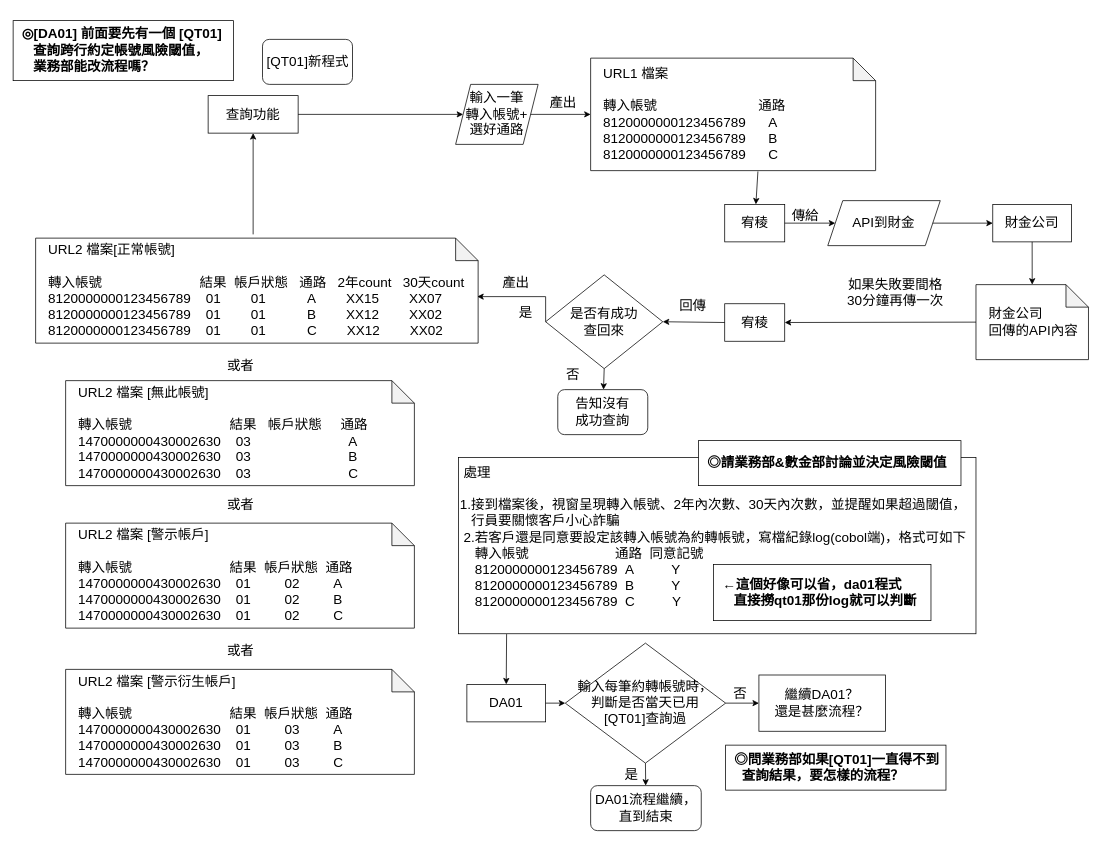
Earlier version of the draw.io diagram page "查詢(舊版)" (1 of 7) of 約轉灰名單架構.drawio (yeahyeah0606/yeahyeah0606.github.io). Source tidied: cells renumbered, new cells numbered last; positions are measured from the earlier drawing's top-left corner, leaving out a move shared by most shapes. Both pictures are drawn from the tidied source at 75%, with x=0, y=0 at pixel (13, 20).
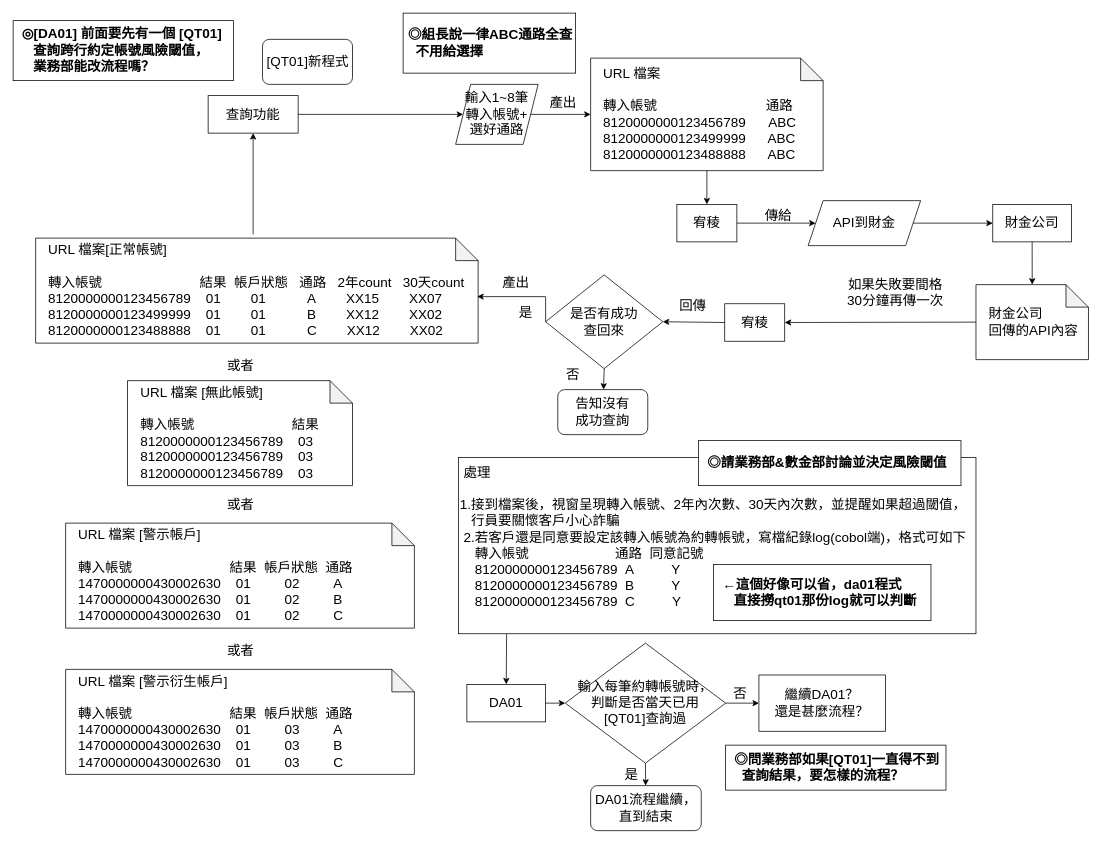
The same page after the edit.

Change to the diagram source:
```diff
@@
-    <mxCell id="4" value="&lt;font style=&quot;font-size: 18px;&quot;&gt;輸入一筆&lt;br&gt;轉入帳號+&lt;br&gt;選好通路&lt;/font&gt;" style="shape=parallelogram;perimeter=parallelogramPerimeter;whiteSpace=wrap;html=1;fixedSize=1;" parent="1" vertex="1">
+    <mxCell id="4" value="&lt;font style=&quot;font-size: 18px;&quot;&gt;輸入1~8筆&lt;br&gt;轉入帳號+&lt;br&gt;選好通路&lt;/font&gt;" style="shape=parallelogram;perimeter=parallelogramPerimeter;whiteSpace=wrap;html=1;fixedSize=1;" parent="1" vertex="1">
       <mxGeometry x="590" y="85" width="110" height="80" as="geometry" />
     </mxCell>
@@
-    <mxCell id="6" value="&lt;font style=&quot;font-size: 18px;&quot;&gt;&amp;nbsp; &amp;nbsp;URL1 檔案&lt;br&gt;&lt;br&gt;&amp;nbsp; &amp;nbsp;轉入帳號&amp;nbsp; &amp;nbsp; &amp;nbsp; &amp;nbsp; &amp;nbsp; &amp;nbsp; &amp;nbsp; &amp;nbsp; &amp;nbsp; &amp;nbsp; &amp;nbsp; &amp;nbsp; &amp;nbsp; &amp;nbsp;通路&lt;br&gt;&amp;nbsp; &amp;nbsp;8120000000123456789&amp;nbsp; &amp;nbsp; &amp;nbsp; A&lt;br&gt;&amp;nbsp; &amp;nbsp;8120000000123456789&amp;nbsp; &amp;nbsp; &amp;nbsp; B&lt;br&gt;&amp;nbsp; &amp;nbsp;8120000000123456789&amp;nbsp; &amp;nbsp; &amp;nbsp; C&lt;br&gt;&lt;/font&gt;" style="shape=note;whiteSpace=wrap;html=1;backgroundOutline=1;darkOpacity=0.05;align=left;" parent="1" vertex="1">
-      <mxGeometry x="770" y="50" width="380" height="150" as="geometry" />
+    <mxCell id="6" value="&lt;font style=&quot;font-size: 18px;&quot;&gt;&amp;nbsp; &amp;nbsp;URL 檔案&lt;br&gt;&lt;br&gt;&amp;nbsp; &amp;nbsp;轉入帳號&amp;nbsp; &amp;nbsp; &amp;nbsp; &amp;nbsp; &amp;nbsp; &amp;nbsp; &amp;nbsp; &amp;nbsp; &amp;nbsp; &amp;nbsp; &amp;nbsp; &amp;nbsp; &amp;nbsp; &amp;nbsp; &amp;nbsp;通路&lt;br&gt;&amp;nbsp; &amp;nbsp;8120000000123456789&amp;nbsp; &amp;nbsp; &amp;nbsp; ABC&lt;br&gt;&amp;nbsp; &amp;nbsp;8120000000123499999&amp;nbsp; &amp;nbsp; &amp;nbsp; ABC&lt;br&gt;&amp;nbsp; &amp;nbsp;8120000000123488888&amp;nbsp; &amp;nbsp; &amp;nbsp; ABC&lt;br&gt;&lt;/font&gt;" style="shape=note;whiteSpace=wrap;html=1;backgroundOutline=1;darkOpacity=0.05;align=left;" parent="1" vertex="1">
+      <mxGeometry x="770" y="50" width="310" height="150" as="geometry" />
     </mxCell>
@@
     <mxCell id="9" value="&lt;span style=&quot;font-size: 18px;&quot;&gt;API到財金&lt;/span&gt;" style="shape=parallelogram;perimeter=parallelogramPerimeter;whiteSpace=wrap;html=1;fixedSize=1;" parent="1" vertex="1">
-      <mxGeometry x="1086.2" y="240" width="150" height="60" as="geometry" />
+      <mxGeometry x="1060" y="240" width="150" height="60" as="geometry" />
     </mxCell>
@@
     <mxCell id="12" value="&lt;font style=&quot;font-size: 18px;&quot;&gt;宥稜&lt;/font&gt;" style="rounded=0;whiteSpace=wrap;html=1;" parent="1" vertex="1">
-      <mxGeometry x="948.8" y="245" width="80" height="50" as="geometry" />
+      <mxGeometry x="885" y="245" width="80" height="50" as="geometry" />
     </mxCell>
-    <mxCell id="13" style="endArrow=classic;html=1;rounded=0;exitX=0.587;exitY=1.007;exitDx=0;exitDy=0;exitPerimeter=0;" parent="1" edge="1" source="6" target="12">
+    <mxCell id="13" style="endArrow=classic;html=1;rounded=0;exitX=0.5;exitY=1;exitDx=0;exitDy=0;exitPerimeter=0;entryX=0.5;entryY=0;entryDx=0;entryDy=0;" parent="1" edge="1" source="6" target="12">
       <mxGeometry relative="1" as="geometry" />
     </mxCell>
-    <mxCell id="14" value="&lt;font style=&quot;font-size: 18px;&quot;&gt;&amp;nbsp; &amp;nbsp;URL2 檔案[正常帳號]&lt;br&gt;&lt;br&gt;&amp;nbsp; &amp;nbsp;轉入帳號&amp;nbsp; &amp;nbsp; &amp;nbsp; &amp;nbsp; &amp;nbsp; &amp;nbsp; &amp;nbsp; &amp;nbsp; &amp;nbsp; &amp;nbsp; &amp;nbsp; &amp;nbsp; &amp;nbsp; 結果&amp;nbsp; 帳戶狀態&amp;nbsp; &amp;nbsp;通路&amp;nbsp; &amp;nbsp;2年count&amp;nbsp; &amp;nbsp;30天count&lt;br&gt;&amp;nbsp; &amp;nbsp;8120000000123456789&amp;nbsp; &amp;nbsp; 01&amp;nbsp; &amp;nbsp; &amp;nbsp; &amp;nbsp; 01&amp;nbsp; &amp;nbsp;&lt;span style=&quot;&quot;&gt;&lt;span style=&quot;white-space: pre;&quot;&gt;&amp;nbsp;&amp;nbsp;&amp;nbsp;    &amp;nbsp;&lt;/span&gt;&lt;/span&gt;A&amp;nbsp; &amp;nbsp; &amp;nbsp; &amp;nbsp; XX15&amp;nbsp; &amp;nbsp; &amp;nbsp; &amp;nbsp; XX07&lt;br&gt;&amp;nbsp; &amp;nbsp;8120000000123456789&amp;nbsp; &amp;nbsp; 01&amp;nbsp; &amp;nbsp; &amp;nbsp; &amp;nbsp; 01&amp;nbsp; &amp;nbsp;&lt;span style=&quot;&quot;&gt;&lt;span style=&quot;white-space: pre;&quot;&gt;&amp;nbsp;&amp;nbsp;    &amp;nbsp;&amp;nbsp;&lt;/span&gt;&lt;/span&gt;B&amp;nbsp; &amp;nbsp; &amp;nbsp; &amp;nbsp; XX12&amp;nbsp; &amp;nbsp; &amp;nbsp; &amp;nbsp; XX02&lt;br&gt;&amp;nbsp; &amp;nbsp;8120000000123456789&amp;nbsp; &amp;nbsp; 01&amp;nbsp; &amp;nbsp; &amp;nbsp; &amp;nbsp; 01&amp;nbsp; &amp;nbsp;&lt;span style=&quot;&quot;&gt;&lt;span style=&quot;white-space: pre;&quot;&gt;&amp;nbsp;&amp;nbsp;    &amp;nbsp;&amp;nbsp;&lt;/span&gt;&lt;/span&gt;C&amp;nbsp; &amp;nbsp; &amp;nbsp; &amp;nbsp; XX12&amp;nbsp; &amp;nbsp; &amp;nbsp; &amp;nbsp; XX02&lt;br&gt;&lt;/font&gt;" style="shape=note;whiteSpace=wrap;html=1;backgroundOutline=1;darkOpacity=0.05;align=left;" parent="1" vertex="1">
+    <mxCell id="14" value="&lt;font style=&quot;font-size: 18px;&quot;&gt;&amp;nbsp; &amp;nbsp;URL 檔案[正常帳號]&lt;br&gt;&lt;br&gt;&amp;nbsp; &amp;nbsp;轉入帳號&amp;nbsp; &amp;nbsp; &amp;nbsp; &amp;nbsp; &amp;nbsp; &amp;nbsp; &amp;nbsp; &amp;nbsp; &amp;nbsp; &amp;nbsp; &amp;nbsp; &amp;nbsp; &amp;nbsp; 結果&amp;nbsp; 帳戶狀態&amp;nbsp; &amp;nbsp;通路&amp;nbsp; &amp;nbsp;2年count&amp;nbsp; &amp;nbsp;30天count&lt;br&gt;&amp;nbsp; &amp;nbsp;8120000000123456789&amp;nbsp; &amp;nbsp; 01&amp;nbsp; &amp;nbsp; &amp;nbsp; &amp;nbsp; 01&amp;nbsp; &amp;nbsp;&lt;span style=&quot;&quot;&gt;&lt;span style=&quot;white-space: pre;&quot;&gt;&amp;nbsp;&amp;nbsp;&amp;nbsp;    &amp;nbsp;&lt;/span&gt;&lt;/span&gt;A&amp;nbsp; &amp;nbsp; &amp;nbsp; &amp;nbsp; XX15&amp;nbsp; &amp;nbsp; &amp;nbsp; &amp;nbsp; XX07&lt;br&gt;&amp;nbsp; &amp;nbsp;8120000000123499999&amp;nbsp; &amp;nbsp; 01&amp;nbsp; &amp;nbsp; &amp;nbsp; &amp;nbsp; 01&amp;nbsp; &amp;nbsp;&lt;span style=&quot;&quot;&gt;&lt;span style=&quot;white-space: pre;&quot;&gt;&amp;nbsp;&amp;nbsp;    &amp;nbsp;&amp;nbsp;&lt;/span&gt;&lt;/span&gt;B&amp;nbsp; &amp;nbsp; &amp;nbsp; &amp;nbsp; XX12&amp;nbsp; &amp;nbsp; &amp;nbsp; &amp;nbsp; XX02&lt;br&gt;&amp;nbsp; &amp;nbsp;8120000000123488888&amp;nbsp; &amp;nbsp; 01&amp;nbsp; &amp;nbsp; &amp;nbsp; &amp;nbsp; 01&amp;nbsp; &amp;nbsp;&lt;span style=&quot;&quot;&gt;&lt;span style=&quot;white-space: pre;&quot;&gt;&amp;nbsp;&amp;nbsp;    &amp;nbsp;&amp;nbsp;&lt;/span&gt;&lt;/span&gt;C&amp;nbsp; &amp;nbsp; &amp;nbsp; &amp;nbsp; XX12&amp;nbsp; &amp;nbsp; &amp;nbsp; &amp;nbsp; XX02&lt;br&gt;&lt;/font&gt;" style="shape=note;whiteSpace=wrap;html=1;backgroundOutline=1;darkOpacity=0.05;align=left;" parent="1" vertex="1">
       <mxGeometry x="30" y="290" width="590" height="140" as="geometry" />
     </mxCell>
@@
     <mxCell id="18" value="&lt;font style=&quot;font-size: 18px;&quot;&gt;傳給&lt;/font&gt;" style="text;html=1;align=center;verticalAlign=middle;strokeColor=none;fillColor=none;" parent="1" vertex="1">
-      <mxGeometry x="1026.2" y="240" width="60" height="40" as="geometry" />
+      <mxGeometry x="990" y="240" width="60" height="40" as="geometry" />
     </mxCell>
@@
-    <mxCell id="26" value="&lt;font style=&quot;font-size: 18px;&quot;&gt;&amp;nbsp; &amp;nbsp;URL2 檔案 [無此帳號]&lt;br&gt;&lt;br&gt;&amp;nbsp; &amp;nbsp;轉入帳號&amp;nbsp; &amp;nbsp; &amp;nbsp; &amp;nbsp; &amp;nbsp; &amp;nbsp; &amp;nbsp; &amp;nbsp; &amp;nbsp; &amp;nbsp; &amp;nbsp; &amp;nbsp; &amp;nbsp; 結果&amp;nbsp; &amp;nbsp;帳戶狀態&amp;nbsp; &amp;nbsp; &amp;nbsp;通路&amp;nbsp;&lt;br&gt;&amp;nbsp; &amp;nbsp;1470000000430002630&amp;nbsp; &amp;nbsp; 03&amp;nbsp; &amp;nbsp; &amp;nbsp; &amp;nbsp; &amp;nbsp; &amp;nbsp; &amp;nbsp; &amp;nbsp; &amp;nbsp; &amp;nbsp; &amp;nbsp; &amp;nbsp; &amp;nbsp; A&amp;nbsp; &amp;nbsp; &amp;nbsp;&amp;nbsp;&lt;br&gt;&amp;nbsp; &amp;nbsp;1470000000430002630&amp;nbsp; &amp;nbsp; 03&amp;nbsp; &amp;nbsp; &amp;nbsp; &amp;nbsp; &amp;nbsp; &amp;nbsp; &amp;nbsp; &amp;nbsp; &amp;nbsp; &amp;nbsp; &amp;nbsp; &amp;nbsp; &amp;nbsp; B&amp;nbsp; &amp;nbsp; &amp;nbsp;&amp;nbsp;&lt;br&gt;&amp;nbsp; &amp;nbsp;1470000000430002630&amp;nbsp; &amp;nbsp; 03&amp;nbsp; &amp;nbsp; &amp;nbsp; &amp;nbsp; &amp;nbsp; &amp;nbsp; &amp;nbsp; &amp;nbsp; &amp;nbsp; &amp;nbsp; &amp;nbsp; &amp;nbsp; &amp;nbsp; C&amp;nbsp; &amp;nbsp; &amp;nbsp;&amp;nbsp;&lt;br&gt;&lt;/font&gt;" style="shape=note;whiteSpace=wrap;html=1;backgroundOutline=1;darkOpacity=0.05;align=left;" parent="1" vertex="1">
-      <mxGeometry x="70" y="480" width="465" height="140" as="geometry" />
+    <mxCell id="26" value="&lt;font style=&quot;font-size: 18px;&quot;&gt;&amp;nbsp; &amp;nbsp;URL 檔案 [無此帳號]&lt;br&gt;&lt;br&gt;&amp;nbsp; &amp;nbsp;轉入帳號&amp;nbsp; &amp;nbsp; &amp;nbsp; &amp;nbsp; &amp;nbsp; &amp;nbsp; &amp;nbsp; &amp;nbsp; &amp;nbsp; &amp;nbsp; &amp;nbsp; &amp;nbsp; &amp;nbsp; 結果&amp;nbsp;&lt;br&gt;&amp;nbsp; &amp;nbsp;8120000000123456789&amp;nbsp;&amp;nbsp; &amp;nbsp;03&amp;nbsp;&amp;nbsp;&lt;br&gt;&amp;nbsp; &amp;nbsp;8120000000123456789&amp;nbsp; &amp;nbsp; 03&amp;nbsp; &amp;nbsp;&lt;br&gt;&amp;nbsp; &amp;nbsp;8120000000123456789&amp;nbsp;&amp;nbsp; &amp;nbsp;03&amp;nbsp; &amp;nbsp;&lt;br&gt;&lt;/font&gt;" style="shape=note;whiteSpace=wrap;html=1;backgroundOutline=1;darkOpacity=0.05;align=left;" parent="1" vertex="1">
+      <mxGeometry x="152.5" y="480" width="300" height="140" as="geometry" />
     </mxCell>
@@
-    <mxCell id="29" value="&lt;font style=&quot;font-size: 18px;&quot;&gt;&amp;nbsp; &amp;nbsp;URL2 檔案 [警示帳戶]&lt;br&gt;&lt;br&gt;&amp;nbsp; &amp;nbsp;轉入帳號&amp;nbsp; &amp;nbsp; &amp;nbsp; &amp;nbsp; &amp;nbsp; &amp;nbsp; &amp;nbsp; &amp;nbsp; &amp;nbsp; &amp;nbsp; &amp;nbsp; &amp;nbsp; &amp;nbsp; 結果&amp;nbsp; 帳戶狀態&amp;nbsp; 通路&amp;nbsp;&lt;br&gt;&amp;nbsp; &amp;nbsp;1470000000430002630&amp;nbsp; &amp;nbsp; 01&amp;nbsp; &amp;nbsp; &amp;nbsp; &amp;nbsp; &amp;nbsp;02&amp;nbsp; &amp;nbsp; &amp;nbsp; &amp;nbsp; &amp;nbsp;A&amp;nbsp; &amp;nbsp; &amp;nbsp;&amp;nbsp;&lt;br&gt;&amp;nbsp; &amp;nbsp;1470000000430002630&amp;nbsp; &amp;nbsp; 01&amp;nbsp; &amp;nbsp; &amp;nbsp; &amp;nbsp; &amp;nbsp;02&amp;nbsp; &amp;nbsp; &amp;nbsp; &amp;nbsp; &amp;nbsp;B&amp;nbsp; &amp;nbsp; &amp;nbsp;&amp;nbsp;&lt;br&gt;&amp;nbsp; &amp;nbsp;1470000000430002630&amp;nbsp; &amp;nbsp; 01&amp;nbsp; &amp;nbsp; &amp;nbsp; &amp;nbsp; &amp;nbsp;02&amp;nbsp; &amp;nbsp; &amp;nbsp; &amp;nbsp; &amp;nbsp;C&amp;nbsp; &amp;nbsp; &amp;nbsp;&amp;nbsp;&lt;br&gt;&lt;/font&gt;" style="shape=note;whiteSpace=wrap;html=1;backgroundOutline=1;darkOpacity=0.05;align=left;" parent="1" vertex="1">
+    <mxCell id="29" value="&lt;font style=&quot;font-size: 18px;&quot;&gt;&amp;nbsp; &amp;nbsp;URL 檔案 [警示帳戶]&lt;br&gt;&lt;br&gt;&amp;nbsp; &amp;nbsp;轉入帳號&amp;nbsp; &amp;nbsp; &amp;nbsp; &amp;nbsp; &amp;nbsp; &amp;nbsp; &amp;nbsp; &amp;nbsp; &amp;nbsp; &amp;nbsp; &amp;nbsp; &amp;nbsp; &amp;nbsp; 結果&amp;nbsp; 帳戶狀態&amp;nbsp; 通路&amp;nbsp;&lt;br&gt;&amp;nbsp; &amp;nbsp;1470000000430002630&amp;nbsp; &amp;nbsp; 01&amp;nbsp; &amp;nbsp; &amp;nbsp; &amp;nbsp; &amp;nbsp;02&amp;nbsp; &amp;nbsp; &amp;nbsp; &amp;nbsp; &amp;nbsp;A&amp;nbsp; &amp;nbsp; &amp;nbsp;&amp;nbsp;&lt;br&gt;&amp;nbsp; &amp;nbsp;1470000000430002630&amp;nbsp; &amp;nbsp; 01&amp;nbsp; &amp;nbsp; &amp;nbsp; &amp;nbsp; &amp;nbsp;02&amp;nbsp; &amp;nbsp; &amp;nbsp; &amp;nbsp; &amp;nbsp;B&amp;nbsp; &amp;nbsp; &amp;nbsp;&amp;nbsp;&lt;br&gt;&amp;nbsp; &amp;nbsp;1470000000430002630&amp;nbsp; &amp;nbsp; 01&amp;nbsp; &amp;nbsp; &amp;nbsp; &amp;nbsp; &amp;nbsp;02&amp;nbsp; &amp;nbsp; &amp;nbsp; &amp;nbsp; &amp;nbsp;C&amp;nbsp; &amp;nbsp; &amp;nbsp;&amp;nbsp;&lt;br&gt;&lt;/font&gt;" style="shape=note;whiteSpace=wrap;html=1;backgroundOutline=1;darkOpacity=0.05;align=left;" parent="1" vertex="1">
       <mxGeometry x="70" y="670" width="465" height="140" as="geometry" />
     </mxCell>
@@
-    <mxCell id="31" value="&lt;font style=&quot;font-size: 18px;&quot;&gt;&amp;nbsp; &amp;nbsp;URL2 檔案 [警示衍生帳戶]&lt;br&gt;&lt;br&gt;&amp;nbsp; &amp;nbsp;轉入帳號&amp;nbsp; &amp;nbsp; &amp;nbsp; &amp;nbsp; &amp;nbsp; &amp;nbsp; &amp;nbsp; &amp;nbsp; &amp;nbsp; &amp;nbsp; &amp;nbsp; &amp;nbsp; &amp;nbsp; 結果&amp;nbsp; 帳戶狀態&amp;nbsp; 通路&amp;nbsp;&lt;br&gt;&amp;nbsp; &amp;nbsp;1470000000430002630&amp;nbsp; &amp;nbsp; 01&amp;nbsp; &amp;nbsp; &amp;nbsp; &amp;nbsp; &amp;nbsp;03&amp;nbsp; &amp;nbsp; &amp;nbsp; &amp;nbsp; &amp;nbsp;A&amp;nbsp; &amp;nbsp; &amp;nbsp;&amp;nbsp;&lt;br&gt;&amp;nbsp; &amp;nbsp;1470000000430002630&amp;nbsp; &amp;nbsp; 01&amp;nbsp; &amp;nbsp; &amp;nbsp; &amp;nbsp; &amp;nbsp;03&amp;nbsp; &amp;nbsp; &amp;nbsp; &amp;nbsp; &amp;nbsp;B&amp;nbsp; &amp;nbsp; &amp;nbsp;&amp;nbsp;&lt;br&gt;&amp;nbsp; &amp;nbsp;1470000000430002630&amp;nbsp; &amp;nbsp; 01&amp;nbsp; &amp;nbsp; &amp;nbsp; &amp;nbsp; &amp;nbsp;03&amp;nbsp; &amp;nbsp; &amp;nbsp; &amp;nbsp; &amp;nbsp;C&amp;nbsp; &amp;nbsp; &amp;nbsp;&amp;nbsp;&lt;br&gt;&lt;/font&gt;" style="shape=note;whiteSpace=wrap;html=1;backgroundOutline=1;darkOpacity=0.05;align=left;" parent="1" vertex="1">
+    <mxCell id="31" value="&lt;font style=&quot;font-size: 18px;&quot;&gt;&amp;nbsp; &amp;nbsp;URL 檔案 [警示衍生帳戶]&lt;br&gt;&lt;br&gt;&amp;nbsp; &amp;nbsp;轉入帳號&amp;nbsp; &amp;nbsp; &amp;nbsp; &amp;nbsp; &amp;nbsp; &amp;nbsp; &amp;nbsp; &amp;nbsp; &amp;nbsp; &amp;nbsp; &amp;nbsp; &amp;nbsp; &amp;nbsp; 結果&amp;nbsp; 帳戶狀態&amp;nbsp; 通路&amp;nbsp;&lt;br&gt;&amp;nbsp; &amp;nbsp;1470000000430002630&amp;nbsp; &amp;nbsp; 01&amp;nbsp; &amp;nbsp; &amp;nbsp; &amp;nbsp; &amp;nbsp;03&amp;nbsp; &amp;nbsp; &amp;nbsp; &amp;nbsp; &amp;nbsp;A&amp;nbsp; &amp;nbsp; &amp;nbsp;&amp;nbsp;&lt;br&gt;&amp;nbsp; &amp;nbsp;1470000000430002630&amp;nbsp; &amp;nbsp; 01&amp;nbsp; &amp;nbsp; &amp;nbsp; &amp;nbsp; &amp;nbsp;03&amp;nbsp; &amp;nbsp; &amp;nbsp; &amp;nbsp; &amp;nbsp;B&amp;nbsp; &amp;nbsp; &amp;nbsp;&amp;nbsp;&lt;br&gt;&amp;nbsp; &amp;nbsp;1470000000430002630&amp;nbsp; &amp;nbsp; 01&amp;nbsp; &amp;nbsp; &amp;nbsp; &amp;nbsp; &amp;nbsp;03&amp;nbsp; &amp;nbsp; &amp;nbsp; &amp;nbsp; &amp;nbsp;C&amp;nbsp; &amp;nbsp; &amp;nbsp;&amp;nbsp;&lt;br&gt;&lt;/font&gt;" style="shape=note;whiteSpace=wrap;html=1;backgroundOutline=1;darkOpacity=0.05;align=left;" parent="1" vertex="1">
       <mxGeometry x="70" y="865" width="465" height="140" as="geometry" />
     </mxCell>
@@
+    <mxCell id="53" value="&lt;font style=&quot;&quot;&gt;&lt;b style=&quot;font-size: 18px;&quot;&gt;&amp;nbsp;&lt;/b&gt;&lt;font style=&quot;font-size: 18px;&quot;&gt;&lt;b style=&quot;&quot;&gt;◎組長說一律ABC通路全查&lt;br&gt;&amp;nbsp; &amp;nbsp;不用給選擇&lt;/b&gt;&lt;/font&gt;&lt;br&gt;&lt;/font&gt;" style="rounded=0;whiteSpace=wrap;html=1;align=left;" parent="1" vertex="1">
+      <mxGeometry x="520" y="-10" width="230" height="80" as="geometry" />
+    </mxCell>
```
